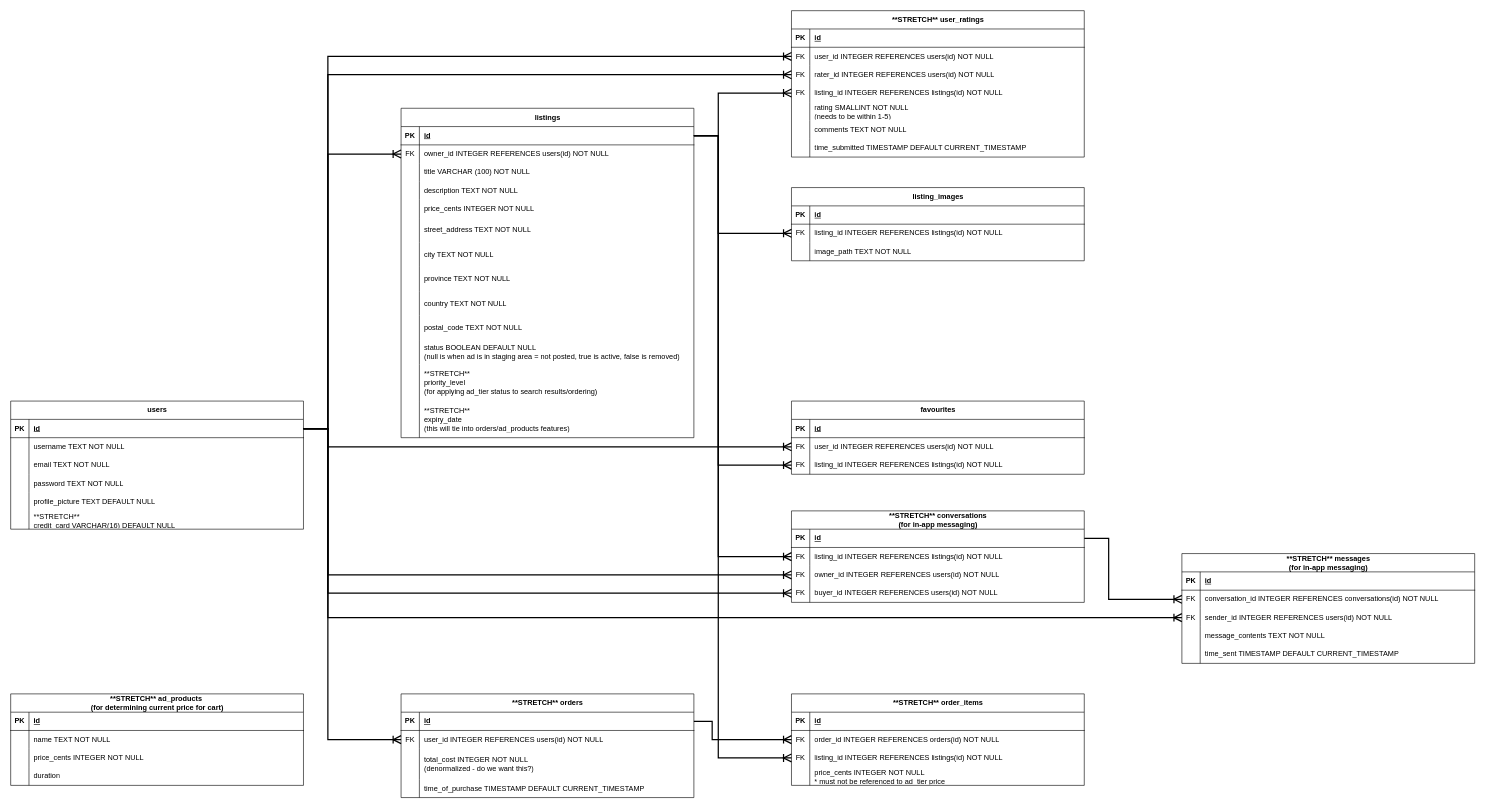
This is planning/GS ERD Proposal.drawio from gary92gs/buySellMidterm, a draw.io file, before an edit. Source tidied: cells renumbered, new cells numbered last; positions are measured from the earlier drawing's top-left corner, leaving out a move shared by most shapes. Both pictures are drawn from the tidied source at 61%, with x=0, y=0 at pixel (10, 10).
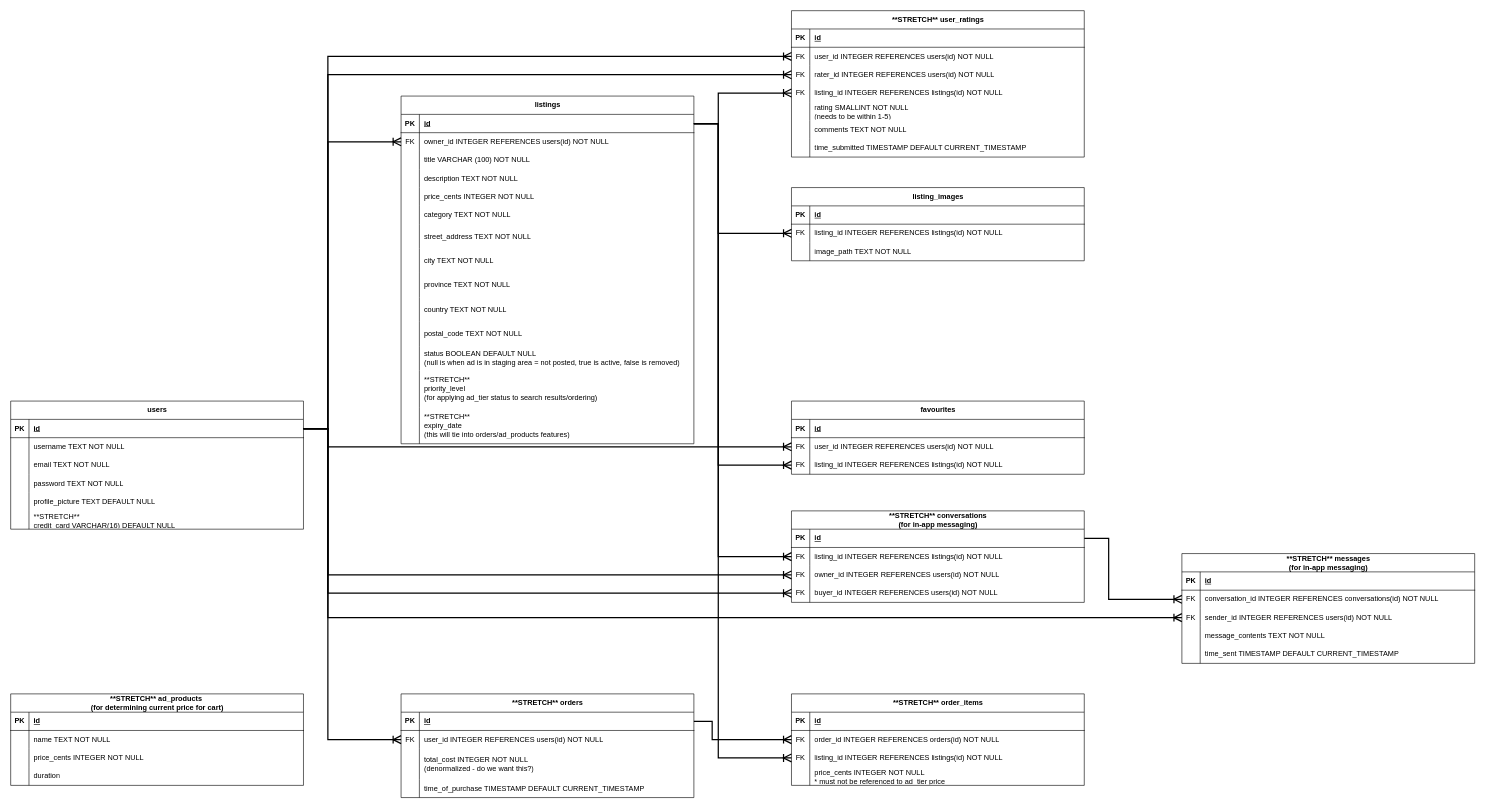
The same page after the edit.

The change refers to these unchanged cells:
```xml
<mxCell id="9" style="shape=tableRow;horizontal=0;startSize=0;swimlaneHead=0;swimlaneBody=0;fillColor=none;points=[[0,0.5],[1,0.5]];portConstraint=eastwest;top=0;left=0;right=0;bottom=0;" parent="2" vertex="1">
  <mxGeometry y="90" width="480" height="30" as="geometry" />
</mxCell>
<mxCell id="17" style="shape=tableRow;horizontal=0;startSize=0;swimlaneHead=0;swimlaneBody=0;fillColor=none;points=[[0,0.5],[1,0.5]];portConstraint=eastwest;top=0;left=0;right=0;bottom=1;" parent="16" vertex="1">
  <mxGeometry y="30" width="480" height="30" as="geometry" />
</mxCell>
<mxCell id="36" style="shape=tableRow;horizontal=0;startSize=0;swimlaneHead=0;swimlaneBody=0;fillColor=none;points=[[0,0.5],[1,0.5]];portConstraint=eastwest;top=0;left=0;right=0;bottom=1;" parent="35" vertex="1">
  <mxGeometry y="30" width="480" height="30" as="geometry" />
</mxCell>
<mxCell id="39" style="shape=tableRow;horizontal=0;startSize=0;swimlaneHead=0;swimlaneBody=0;fillColor=none;points=[[0,0.5],[1,0.5]];portConstraint=eastwest;top=0;left=0;right=0;bottom=0;" parent="35" vertex="1">
  <mxGeometry y="60" width="480" height="30" as="geometry" />
</mxCell>
<mxCell id="95" style="shape=tableRow;horizontal=0;startSize=0;swimlaneHead=0;swimlaneBody=0;fillColor=none;points=[[0,0.5],[1,0.5]];portConstraint=eastwest;top=0;left=0;right=0;bottom=0;" parent="91" vertex="1">
  <mxGeometry y="60" width="480" height="30" as="geometry" />
</mxCell>
<mxCell id="108" style="shape=tableRow;horizontal=0;startSize=0;swimlaneHead=0;swimlaneBody=0;fillColor=none;points=[[0,0.5],[1,0.5]];portConstraint=eastwest;top=0;left=0;right=0;bottom=0;" parent="104" vertex="1">
  <mxGeometry y="60" width="480" height="30" as="geometry" />
</mxCell>
<mxCell id="154" style="shape=tableRow;horizontal=0;startSize=0;swimlaneHead=0;swimlaneBody=0;fillColor=none;points=[[0,0.5],[1,0.5]];portConstraint=eastwest;top=0;left=0;right=0;bottom=0;" parent="147" vertex="1">
  <mxGeometry y="90" width="480" height="30" as="geometry" />
</mxCell>
<mxCell id="169" style="shape=tableRow;horizontal=0;startSize=0;swimlaneHead=0;swimlaneBody=0;fillColor=none;points=[[0,0.5],[1,0.5]];portConstraint=eastwest;top=0;left=0;right=0;bottom=0;" parent="159" vertex="1">
  <mxGeometry y="120" width="480" height="30" as="geometry" />
</mxCell>
```

Diff of the diagram source:
```diff
@@
     <mxCell id="15" style="edgeStyle=orthogonalEdgeStyle;fontSize=12;html=1;endArrow=ERoneToMany;rounded=0;strokeWidth=2;endSize=10;exitX=1;exitY=0.5;exitDx=0;exitDy=0;entryX=0;entryY=0.5;entryDx=0;entryDy=0;" parent="1" edge="1" source="17" target="39">
       <mxGeometry relative="1" as="geometry">
         <Array as="points">
           <mxPoint x="520" y="685" />
-          <mxPoint x="520" y="235" />
+          <mxPoint x="520" y="215" />
         </Array>
       </mxGeometry>
     </mxCell>
@@
     <mxCell id="35" value="listings" style="shape=table;startSize=30;childLayout=tableLayout;rowLines=0;fontStyle=1;align=center;html=1;" parent="1" vertex="1">
-      <mxGeometry x="640" y="160" width="480" height="540" as="geometry" />
+      <mxGeometry x="640" y="140" width="480" height="570" as="geometry" />
     </mxCell>
@@
+    <mxCell id="186" style="shape=tableRow;horizontal=0;startSize=0;swimlaneHead=0;swimlaneBody=0;fillColor=none;top=0;left=0;right=0;bottom=0;" parent="35" vertex="1">
+      <mxGeometry y="180" width="480" height="30" as="geometry" />
+    </mxCell>
+    <mxCell id="187" style="shape=partialRectangle;fillColor=none;top=0;left=0;bottom=0;right=0;overflow=hidden;whiteSpace=wrap;html=1;" parent="186" vertex="1">
+      <mxGeometry width="30" height="30" as="geometry" />
+    </mxCell>
+    <mxCell id="188" value="category TEXT NOT NULL" style="shape=partialRectangle;fillColor=none;top=0;left=0;bottom=0;right=0;align=left;spacingLeft=6;overflow=hidden;whiteSpace=wrap;html=1;" parent="186" vertex="1">
+      <mxGeometry x="30" width="450" height="30" as="geometry" />
+    </mxCell>
     <mxCell id="51" style="shape=tableRow;horizontal=0;startSize=0;swimlaneHead=0;swimlaneBody=0;fillColor=none;top=0;left=0;right=0;bottom=0;" parent="35" vertex="1">
-      <mxGeometry y="180" width="480" height="40" as="geometry" />
+      <mxGeometry y="210" width="480" height="40" as="geometry" />
     </mxCell>
@@
     <mxCell id="54" style="shape=tableRow;horizontal=0;startSize=0;swimlaneHead=0;swimlaneBody=0;fillColor=none;top=0;left=0;right=0;bottom=0;" parent="35" vertex="1">
-      <mxGeometry y="220" width="480" height="40" as="geometry" />
+      <mxGeometry y="250" width="480" height="40" as="geometry" />
     </mxCell>
@@
     <mxCell id="57" style="shape=tableRow;horizontal=0;startSize=0;swimlaneHead=0;swimlaneBody=0;fillColor=none;top=0;left=0;right=0;bottom=0;" parent="35" vertex="1">
-      <mxGeometry y="260" width="480" height="40" as="geometry" />
+      <mxGeometry y="290" width="480" height="40" as="geometry" />
     </mxCell>
@@
     <mxCell id="60" style="shape=tableRow;horizontal=0;startSize=0;swimlaneHead=0;swimlaneBody=0;fillColor=none;top=0;left=0;right=0;bottom=0;" parent="35" vertex="1">
-      <mxGeometry y="300" width="480" height="40" as="geometry" />
+      <mxGeometry y="330" width="480" height="40" as="geometry" />
     </mxCell>
@@
     <mxCell id="63" style="shape=tableRow;horizontal=0;startSize=0;swimlaneHead=0;swimlaneBody=0;fillColor=none;top=0;left=0;right=0;bottom=0;" parent="35" vertex="1">
-      <mxGeometry y="340" width="480" height="40" as="geometry" />
+      <mxGeometry y="370" width="480" height="40" as="geometry" />
     </mxCell>
@@
     <mxCell id="66" style="shape=tableRow;horizontal=0;startSize=0;swimlaneHead=0;swimlaneBody=0;fillColor=none;top=0;left=0;right=0;bottom=0;" parent="35" vertex="1">
-      <mxGeometry y="380" width="480" height="40" as="geometry" />
+      <mxGeometry y="410" width="480" height="40" as="geometry" />
     </mxCell>
@@
     <mxCell id="69" style="shape=tableRow;horizontal=0;startSize=0;swimlaneHead=0;swimlaneBody=0;fillColor=none;top=0;left=0;right=0;bottom=0;" parent="35" vertex="1">
-      <mxGeometry y="420" width="480" height="60" as="geometry" />
+      <mxGeometry y="450" width="480" height="60" as="geometry" />
     </mxCell>
@@
     <mxCell id="72" style="shape=tableRow;horizontal=0;startSize=0;swimlaneHead=0;swimlaneBody=0;fillColor=none;top=0;left=0;right=0;bottom=0;" parent="35" vertex="1">
-      <mxGeometry y="480" width="480" height="60" as="geometry" />
+      <mxGeometry y="510" width="480" height="60" as="geometry" />
     </mxCell>
@@
     <mxCell id="141" style="edgeStyle=orthogonalEdgeStyle;fontSize=12;html=1;endArrow=ERoneToMany;rounded=0;strokeWidth=2;endSize=10;exitX=1;exitY=0.5;exitDx=0;exitDy=0;entryX=0;entryY=0.5;entryDx=0;entryDy=0;" parent="1" edge="1" source="36" target="108">
       <mxGeometry relative="1" as="geometry">
         <Array as="points">
-          <mxPoint x="1160" y="205" />
+          <mxPoint x="1160" y="185" />
           <mxPoint x="1160" y="365" />
         </Array>
       </mxGeometry>
     </mxCell>
     <mxCell id="142" style="edgeStyle=orthogonalEdgeStyle;fontSize=12;html=1;endArrow=ERoneToMany;rounded=0;strokeWidth=2;endSize=10;exitX=1;exitY=0.5;exitDx=0;exitDy=0;entryX=0;entryY=0.5;entryDx=0;entryDy=0;" parent="1" edge="1" source="36" target="95">
       <mxGeometry relative="1" as="geometry">
         <Array as="points">
-          <mxPoint x="1160" y="205" />
+          <mxPoint x="1160" y="185" />
           <mxPoint x="1160" y="895" />
         </Array>
       </mxGeometry>
     </mxCell>
@@
     <mxCell id="145" style="edgeStyle=orthogonalEdgeStyle;fontSize=12;html=1;endArrow=ERoneToMany;rounded=0;strokeWidth=2;endSize=10;exitX=1;exitY=0.5;exitDx=0;exitDy=0;entryX=0;entryY=0.5;entryDx=0;entryDy=0;" parent="1" edge="1" source="36" target="9">
       <mxGeometry relative="1" as="geometry">
         <Array as="points">
-          <mxPoint x="1160" y="205" />
+          <mxPoint x="1160" y="185" />
           <mxPoint x="1160" y="1225" />
         </Array>
       </mxGeometry>
     </mxCell>
@@
     <mxCell id="158" style="edgeStyle=orthogonalEdgeStyle;fontSize=12;html=1;endArrow=ERoneToMany;rounded=0;strokeWidth=2;endSize=10;exitX=1;exitY=0.5;exitDx=0;exitDy=0;entryX=0;entryY=0.5;entryDx=0;entryDy=0;" parent="1" edge="1" source="36" target="154">
       <mxGeometry relative="1" as="geometry">
         <Array as="points">
-          <mxPoint x="1160" y="205" />
+          <mxPoint x="1160" y="185" />
           <mxPoint x="1160" y="745" />
         </Array>
       </mxGeometry>
     </mxCell>
@@
     <mxCell id="183" style="edgeStyle=orthogonalEdgeStyle;fontSize=12;html=1;endArrow=ERoneToMany;rounded=0;strokeWidth=2;endSize=10;exitX=1;exitY=0.5;exitDx=0;exitDy=0;entryX=0;entryY=0.5;entryDx=0;entryDy=0;" parent="1" edge="1" source="36" target="169">
       <mxGeometry relative="1" as="geometry">
         <Array as="points">
-          <mxPoint x="1160" y="205" />
+          <mxPoint x="1160" y="185" />
           <mxPoint x="1160" y="135" />
         </Array>
       </mxGeometry>
     </mxCell>
```
